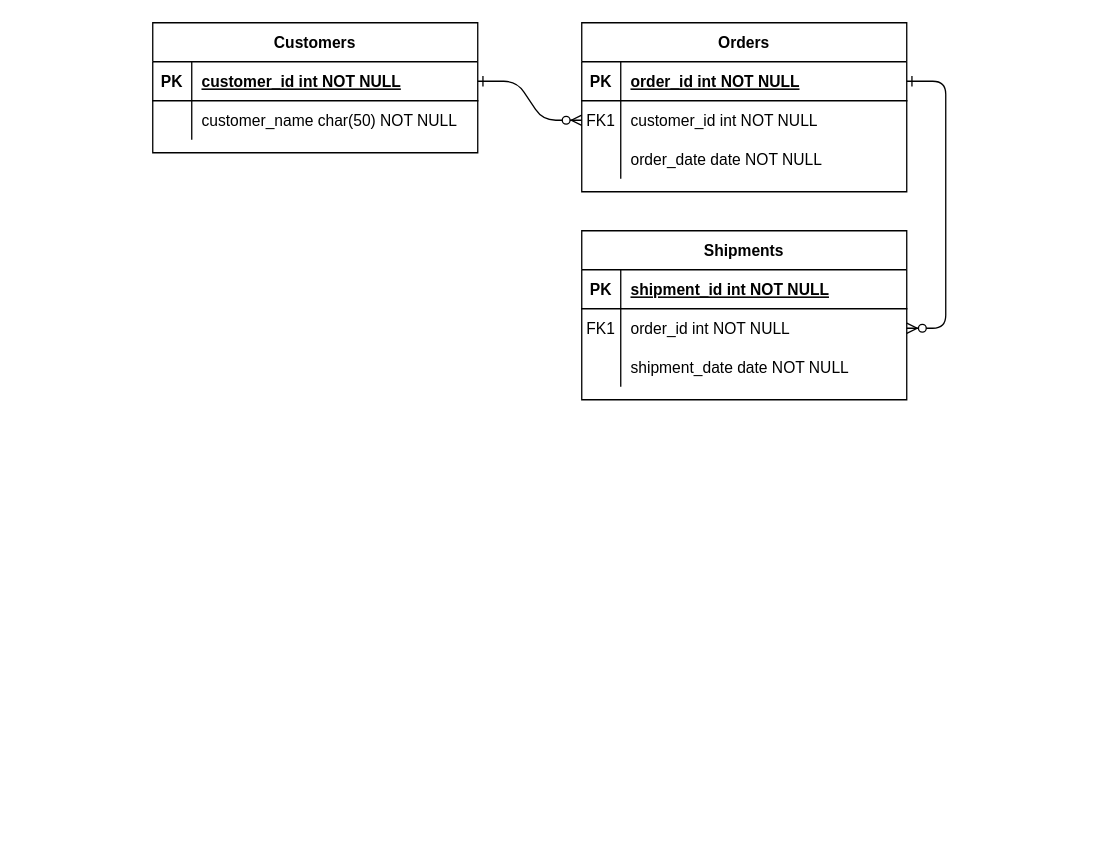
AlexAntonio29/PracticasProgramacion keeps this draw.io diagram as Diagrama ER Juego Desarrollo sustentable.drawio. Above is the earlier version. Source tidied: cells renumbered, new cells numbered last; positions are measured from the earlier drawing's top-left corner, leaving out a move shared by most shapes. Both pictures are drawn from the tidied source at 130%, with x=0, y=0 at pixel (152, 22).
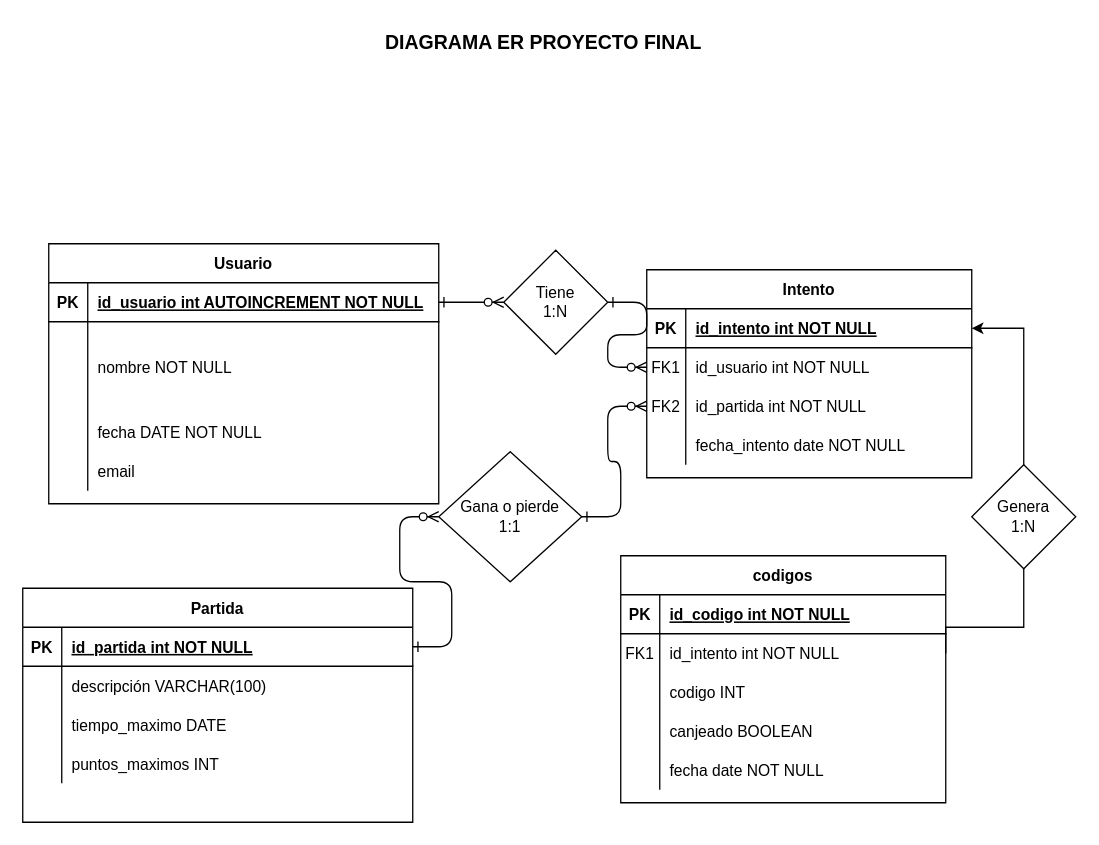
After the change.

Unchanged cells that the change refers to:
```xml
<mxCell id="5" style="shape=partialRectangle;fillColor=none;points=[[0,0.5],[1,0.5]];portConstraint=eastwest;top=0;left=0;right=0;bottom=1;" parent="4" vertex="1">
  <mxGeometry y="30" width="250" height="30" as="geometry" />
</mxCell>
<mxCell id="8" style="shape=partialRectangle;fillColor=none;points=[[0,0.5],[1,0.5]];portConstraint=eastwest;top=0;left=0;right=0;bottom=0;" parent="4" vertex="1">
  <mxGeometry y="60" width="250" height="30" as="geometry" />
</mxCell>
```

Change to the diagram source:
```diff
@@
-    <mxCell id="2" style="edgeStyle=entityRelationEdgeStyle;endArrow=ERzeroToMany;startArrow=ERone;endFill=1;startFill=0;" parent="1" edge="1" source="25" target="8">
+    <mxCell id="2" style="edgeStyle=entityRelationEdgeStyle;endArrow=ERzeroToMany;startArrow=ERone;endFill=1;startFill=0;" parent="1" edge="1" source="63" target="8">
       <mxGeometry relative="1" as="geometry" />
     </mxCell>
-    <mxCell id="3" style="edgeStyle=entityRelationEdgeStyle;endArrow=ERzeroToMany;startArrow=ERone;endFill=1;startFill=0;" parent="1" edge="1" source="5" target="18">
-      <mxGeometry relative="1" as="geometry" />
-    </mxCell>
-    <mxCell id="4" value="Orders" style="shape=table;startSize=30;childLayout=tableLayout;rowLines=0;fontStyle=1;align=center;" parent="1" vertex="1">
-      <mxGeometry x="330" width="250" height="130" as="geometry" />
+    <mxCell id="4" value="Intento" style="shape=table;startSize=30;childLayout=tableLayout;rowLines=0;fontStyle=1;align=center;" parent="1" vertex="1">
+      <mxGeometry x="380" y="190" width="250" height="160" as="geometry" />
     </mxCell>
@@
-    <mxCell id="7" value="order_id int NOT NULL " style="shape=partialRectangle;overflow=hidden;fillColor=none;top=0;left=0;bottom=0;right=0;align=left;spacingLeft=6;fontStyle=5;" parent="5" vertex="1">
+    <mxCell id="7" value="id_intento int NOT NULL " style="shape=partialRectangle;overflow=hidden;fillColor=none;top=0;left=0;bottom=0;right=0;align=left;spacingLeft=6;fontStyle=5;" parent="5" vertex="1">
       <mxGeometry x="30" width="220" height="30" as="geometry" />
     </mxCell>
@@
-    <mxCell id="10" value="customer_id int NOT NULL" style="shape=partialRectangle;overflow=hidden;fillColor=none;top=0;left=0;bottom=0;right=0;align=left;spacingLeft=6;" parent="8" vertex="1">
+    <mxCell id="10" value="id_usuario int NOT NULL" style="shape=partialRectangle;overflow=hidden;fillColor=none;top=0;left=0;bottom=0;right=0;align=left;spacingLeft=6;" parent="8" vertex="1">
       <mxGeometry x="30" width="220" height="30" as="geometry" />
     </mxCell>
+    <mxCell id="31" style="shape=partialRectangle;fillColor=none;points=[[0,0.5],[1,0.5]];portConstraint=eastwest;top=0;left=0;right=0;bottom=0;" parent="4" vertex="1">
+      <mxGeometry y="90" width="250" height="30" as="geometry" />
+    </mxCell>
+    <mxCell id="32" value="FK2" style="shape=partialRectangle;overflow=hidden;fillColor=none;top=0;left=0;bottom=0;right=0;" parent="31" vertex="1">
+      <mxGeometry width="30" height="30" as="geometry" />
+    </mxCell>
+    <mxCell id="33" value="id_partida int NOT NULL" style="shape=partialRectangle;overflow=hidden;fillColor=none;top=0;left=0;bottom=0;right=0;align=left;spacingLeft=6;" parent="31" vertex="1">
+      <mxGeometry x="30" width="220" height="30" as="geometry" />
+    </mxCell>
     <mxCell id="11" style="shape=partialRectangle;fillColor=none;top=0;left=0;right=0;bottom=0;" parent="4" vertex="1">
-      <mxGeometry y="90" width="250" height="30" as="geometry" />
+      <mxGeometry y="120" width="250" height="30" as="geometry" />
     </mxCell>
@@
-    <mxCell id="13" value="order_date date NOT NULL" style="shape=partialRectangle;overflow=hidden;fillColor=none;top=0;left=0;bottom=0;right=0;align=left;spacingLeft=6;" parent="11" vertex="1">
+    <mxCell id="13" value="fecha_intento date NOT NULL" style="shape=partialRectangle;overflow=hidden;fillColor=none;top=0;left=0;bottom=0;right=0;align=left;spacingLeft=6;" parent="11" vertex="1">
       <mxGeometry x="30" width="220" height="30" as="geometry" />
     </mxCell>
-    <mxCell id="14" value="Shipments" style="shape=table;startSize=30;childLayout=tableLayout;rowLines=0;fontStyle=1;align=center;" parent="1" vertex="1">
-      <mxGeometry x="330" y="160" width="250" height="130" as="geometry" />
+    <mxCell id="14" value="Partida" style="shape=table;startSize=30;childLayout=tableLayout;rowLines=0;fontStyle=1;align=center;" parent="1" vertex="1">
+      <mxGeometry x="-100" y="435" width="300" height="180" as="geometry" />
     </mxCell>
     <mxCell id="15" style="shape=partialRectangle;fillColor=none;points=[[0,0.5],[1,0.5]];portConstraint=eastwest;top=0;left=0;right=0;bottom=1;" parent="14" vertex="1">
-      <mxGeometry y="30" width="250" height="30" as="geometry" />
+      <mxGeometry y="30" width="300" height="30" as="geometry" />
     </mxCell>
@@
-    <mxCell id="17" value="shipment_id int NOT NULL " style="shape=partialRectangle;overflow=hidden;fillColor=none;top=0;left=0;bottom=0;right=0;align=left;spacingLeft=6;fontStyle=5;" parent="15" vertex="1">
-      <mxGeometry x="30" width="220" height="30" as="geometry" />
+    <mxCell id="17" value="id_partida int NOT NULL " style="shape=partialRectangle;overflow=hidden;fillColor=none;top=0;left=0;bottom=0;right=0;align=left;spacingLeft=6;fontStyle=5;" parent="15" vertex="1">
+      <mxGeometry x="30" width="270" height="30" as="geometry" />
     </mxCell>
     <mxCell id="18" style="shape=partialRectangle;fillColor=none;points=[[0,0.5],[1,0.5]];portConstraint=eastwest;top=0;left=0;right=0;bottom=0;" parent="14" vertex="1">
-      <mxGeometry y="60" width="250" height="30" as="geometry" />
+      <mxGeometry y="60" width="300" height="30" as="geometry" />
     </mxCell>
-    <mxCell id="19" value="FK1" style="shape=partialRectangle;overflow=hidden;fillColor=none;top=0;left=0;bottom=0;right=0;" parent="18" vertex="1">
+    <mxCell id="19" style="shape=partialRectangle;overflow=hidden;fillColor=none;top=0;left=0;bottom=0;right=0;" parent="18" vertex="1">
       <mxGeometry width="30" height="30" as="geometry" />
     </mxCell>
-    <mxCell id="20" value="order_id int NOT NULL" style="shape=partialRectangle;overflow=hidden;fillColor=none;top=0;left=0;bottom=0;right=0;align=left;spacingLeft=6;" parent="18" vertex="1">
-      <mxGeometry x="30" width="220" height="30" as="geometry" />
+    <mxCell id="20" value="descripción VARCHAR(100)" style="shape=partialRectangle;overflow=hidden;fillColor=none;top=0;left=0;bottom=0;right=0;align=left;spacingLeft=6;" parent="18" vertex="1">
+      <mxGeometry x="30" width="270" height="30" as="geometry" />
     </mxCell>
     <mxCell id="21" style="shape=partialRectangle;fillColor=none;top=0;left=0;right=0;bottom=0;" parent="14" vertex="1">
-      <mxGeometry y="90" width="250" height="30" as="geometry" />
+      <mxGeometry y="90" width="300" height="30" as="geometry" />
     </mxCell>
@@
-    <mxCell id="23" value="shipment_date date NOT NULL" style="shape=partialRectangle;overflow=hidden;fillColor=none;top=0;left=0;bottom=0;right=0;align=left;spacingLeft=6;" parent="21" vertex="1">
-      <mxGeometry x="30" width="220" height="30" as="geometry" />
+    <mxCell id="23" value="tiempo_maximo DATE" style="shape=partialRectangle;overflow=hidden;fillColor=none;top=0;left=0;bottom=0;right=0;align=left;spacingLeft=6;" parent="21" vertex="1">
+      <mxGeometry x="30" width="270" height="30" as="geometry" />
     </mxCell>
+    <mxCell id="34" style="shape=partialRectangle;fillColor=none;top=0;left=0;right=0;bottom=0;" parent="14" vertex="1">
+      <mxGeometry y="120" width="300" height="30" as="geometry" />
+    </mxCell>
+    <mxCell id="35" style="shape=partialRectangle;overflow=hidden;fillColor=none;top=0;left=0;bottom=0;right=0;" parent="34" vertex="1">
+      <mxGeometry width="30" height="30" as="geometry" />
+    </mxCell>
+    <mxCell id="36" value="puntos_maximos INT" style="shape=partialRectangle;overflow=hidden;fillColor=none;top=0;left=0;bottom=0;right=0;align=left;spacingLeft=6;" parent="34" vertex="1">
+      <mxGeometry x="30" width="270" height="30" as="geometry" />
+    </mxCell>
-    <mxCell id="24" value="Customers" style="shape=table;startSize=30;childLayout=tableLayout;rowLines=0;fontStyle=1;align=center;" parent="1" vertex="1">
-      <mxGeometry width="250" height="100" as="geometry" />
+    <mxCell id="24" value="Usuario" style="shape=table;startSize=30;childLayout=tableLayout;rowLines=0;fontStyle=1;align=center;" parent="1" vertex="1">
+      <mxGeometry x="-80" y="170" width="300" height="200" as="geometry" />
     </mxCell>
     <mxCell id="25" style="shape=partialRectangle;fillColor=none;points=[[0,0.5],[1,0.5]];portConstraint=eastwest;top=0;left=0;right=0;bottom=1;" parent="24" vertex="1">
-      <mxGeometry y="30" width="250" height="30" as="geometry" />
+      <mxGeometry y="30" width="300" height="30" as="geometry" />
     </mxCell>
@@
-    <mxCell id="27" value="customer_id int NOT NULL " style="shape=partialRectangle;overflow=hidden;fillColor=none;top=0;left=0;bottom=0;right=0;align=left;spacingLeft=6;fontStyle=5;" parent="25" vertex="1">
-      <mxGeometry x="30" width="220" height="30" as="geometry" />
+    <mxCell id="27" value="id_usuario int AUTOINCREMENT NOT NULL " style="shape=partialRectangle;overflow=hidden;fillColor=none;top=0;left=0;bottom=0;right=0;align=left;spacingLeft=6;fontStyle=5;" parent="25" vertex="1">
+      <mxGeometry x="30" width="270" height="30" as="geometry" />
     </mxCell>
     <mxCell id="28" style="shape=partialRectangle;fillColor=none;top=0;left=0;right=0;bottom=0;" parent="24" vertex="1">
-      <mxGeometry y="60" width="250" height="30" as="geometry" />
+      <mxGeometry y="60" width="300" height="70" as="geometry" />
     </mxCell>
     <mxCell id="29" style="shape=partialRectangle;overflow=hidden;fillColor=none;top=0;left=0;bottom=0;right=0;" parent="28" vertex="1">
-      <mxGeometry width="30" height="30" as="geometry" />
+      <mxGeometry width="30" height="70" as="geometry" />
     </mxCell>
-    <mxCell id="30" value="customer_name char(50) NOT NULL" style="shape=partialRectangle;overflow=hidden;fillColor=none;top=0;left=0;bottom=0;right=0;align=left;spacingLeft=6;" parent="28" vertex="1">
-      <mxGeometry x="30" width="220" height="30" as="geometry" />
+    <mxCell id="30" value="nombre NOT NULL" style="shape=partialRectangle;overflow=hidden;fillColor=none;top=0;left=0;bottom=0;right=0;align=left;spacingLeft=6;" parent="28" vertex="1">
+      <mxGeometry x="30" width="270" height="70" as="geometry" />
     </mxCell>
+    <mxCell id="37" style="shape=partialRectangle;fillColor=none;top=0;left=0;right=0;bottom=0;" parent="24" vertex="1">
+      <mxGeometry y="130" width="300" height="30" as="geometry" />
+    </mxCell>
+    <mxCell id="38" style="shape=partialRectangle;overflow=hidden;fillColor=none;top=0;left=0;bottom=0;right=0;" parent="37" vertex="1">
+      <mxGeometry width="30" height="30" as="geometry" />
+    </mxCell>
+    <mxCell id="39" value="fecha DATE NOT NULL" style="shape=partialRectangle;overflow=hidden;fillColor=none;top=0;left=0;bottom=0;right=0;align=left;spacingLeft=6;" parent="37" vertex="1">
+      <mxGeometry x="30" width="270" height="30" as="geometry" />
+    </mxCell>
+    <mxCell id="40" style="shape=partialRectangle;fillColor=none;top=0;left=0;right=0;bottom=0;" parent="24" vertex="1">
+      <mxGeometry y="160" width="300" height="30" as="geometry" />
+    </mxCell>
+    <mxCell id="41" style="shape=partialRectangle;overflow=hidden;fillColor=none;top=0;left=0;bottom=0;right=0;" parent="40" vertex="1">
+      <mxGeometry width="30" height="30" as="geometry" />
+    </mxCell>
+    <mxCell id="42" value="email " style="shape=partialRectangle;overflow=hidden;fillColor=none;top=0;left=0;bottom=0;right=0;align=left;spacingLeft=6;" parent="40" vertex="1">
+      <mxGeometry x="30" width="270" height="30" as="geometry" />
+    </mxCell>
+    <mxCell id="3" style="edgeStyle=entityRelationEdgeStyle;endArrow=ERzeroToMany;startArrow=ERone;endFill=1;startFill=0;entryX=0;entryY=0.5;entryDx=0;entryDy=0;exitX=1;exitY=0.5;exitDx=0;exitDy=0;" parent="1" edge="1" source="61" target="31">
+      <mxGeometry relative="1" as="geometry" />
+    </mxCell>
+    <mxCell id="43" value="codigos" style="shape=table;startSize=30;childLayout=tableLayout;rowLines=0;fontStyle=1;align=center;" parent="1" vertex="1">
+      <mxGeometry x="360" y="410" width="250" height="190" as="geometry" />
+    </mxCell>
+    <mxCell id="44" style="shape=partialRectangle;fillColor=none;top=0;left=0;right=0;bottom=1;" parent="43" vertex="1">
+      <mxGeometry y="30" width="250" height="30" as="geometry" />
+    </mxCell>
+    <mxCell id="45" value="PK" style="shape=partialRectangle;overflow=hidden;fillColor=none;top=0;left=0;bottom=0;right=0;fontStyle=1;" parent="44" vertex="1">
+      <mxGeometry width="30" height="30" as="geometry" />
+    </mxCell>
+    <mxCell id="46" value="id_codigo int NOT NULL " style="shape=partialRectangle;overflow=hidden;fillColor=none;top=0;left=0;bottom=0;right=0;align=left;spacingLeft=6;fontStyle=5;" parent="44" vertex="1">
+      <mxGeometry x="30" width="220" height="30" as="geometry" />
+    </mxCell>
+    <mxCell id="47" style="shape=partialRectangle;fillColor=none;points=[[0,0.5],[1,0.5]];portConstraint=eastwest;top=0;left=0;right=0;bottom=0;" parent="43" vertex="1">
+      <mxGeometry y="60" width="250" height="30" as="geometry" />
+    </mxCell>
+    <mxCell id="48" value="FK1" style="shape=partialRectangle;overflow=hidden;fillColor=none;top=0;left=0;bottom=0;right=0;" parent="47" vertex="1">
+      <mxGeometry width="30" height="30" as="geometry" />
+    </mxCell>
+    <mxCell id="49" value="id_intento int NOT NULL" style="shape=partialRectangle;overflow=hidden;fillColor=none;top=0;left=0;bottom=0;right=0;align=left;spacingLeft=6;" parent="47" vertex="1">
+      <mxGeometry x="30" width="220" height="30" as="geometry" />
+    </mxCell>
+    <mxCell id="50" style="shape=partialRectangle;fillColor=none;top=0;left=0;right=0;bottom=0;" parent="43" vertex="1">
+      <mxGeometry y="90" width="250" height="30" as="geometry" />
+    </mxCell>
+    <mxCell id="51" style="shape=partialRectangle;overflow=hidden;fillColor=none;top=0;left=0;bottom=0;right=0;" parent="50" vertex="1">
+      <mxGeometry width="30" height="30" as="geometry" />
+    </mxCell>
+    <mxCell id="52" value="codigo INT" style="shape=partialRectangle;overflow=hidden;fillColor=none;top=0;left=0;bottom=0;right=0;align=left;spacingLeft=6;" parent="50" vertex="1">
+      <mxGeometry x="30" width="220" height="30" as="geometry" />
+    </mxCell>
+    <mxCell id="53" style="shape=partialRectangle;fillColor=none;top=0;left=0;right=0;bottom=0;" parent="43" vertex="1">
+      <mxGeometry y="120" width="250" height="30" as="geometry" />
+    </mxCell>
+    <mxCell id="54" style="shape=partialRectangle;overflow=hidden;fillColor=none;top=0;left=0;bottom=0;right=0;" parent="53" vertex="1">
+      <mxGeometry width="30" height="30" as="geometry" />
+    </mxCell>
+    <mxCell id="55" value="canjeado BOOLEAN" style="shape=partialRectangle;overflow=hidden;fillColor=none;top=0;left=0;bottom=0;right=0;align=left;spacingLeft=6;" parent="53" vertex="1">
+      <mxGeometry x="30" width="220" height="30" as="geometry" />
+    </mxCell>
+    <mxCell id="56" style="shape=partialRectangle;fillColor=none;top=0;left=0;right=0;bottom=0;" parent="43" vertex="1">
+      <mxGeometry y="150" width="250" height="30" as="geometry" />
+    </mxCell>
+    <mxCell id="57" style="shape=partialRectangle;overflow=hidden;fillColor=none;top=0;left=0;bottom=0;right=0;" parent="56" vertex="1">
+      <mxGeometry width="30" height="30" as="geometry" />
+    </mxCell>
+    <mxCell id="58" value="fecha date NOT NULL" style="shape=partialRectangle;overflow=hidden;fillColor=none;top=0;left=0;bottom=0;right=0;align=left;spacingLeft=6;" parent="56" vertex="1">
+      <mxGeometry x="30" width="220" height="30" as="geometry" />
+    </mxCell>
+    <mxCell id="59" style="edgeStyle=orthogonalEdgeStyle;rounded=0;jettySize=auto;html=1;exitX=1;exitY=0.5;exitDx=0;exitDy=0;entryX=1;entryY=0.5;entryDx=0;entryDy=0;" parent="1" edge="1" source="47" target="5">
+      <mxGeometry relative="1" as="geometry">
+        <Array as="points">
+          <mxPoint x="610" y="465" />
+          <mxPoint x="670" y="465" />
+          <mxPoint x="670" y="235" />
+        </Array>
+      </mxGeometry>
+    </mxCell>
+    <mxCell id="60" style="edgeStyle=entityRelationEdgeStyle;endArrow=ERzeroToMany;startArrow=ERone;endFill=1;startFill=0;entryX=0;entryY=0.5;entryDx=0;entryDy=0;exitX=1;exitY=0.5;exitDx=0;exitDy=0;" parent="1" edge="1" source="15" target="61">
+      <mxGeometry relative="1" as="geometry" />
+    </mxCell>
+    <mxCell id="61" value="Gana o pierde&lt;div&gt;1:1&lt;/div&gt;" style="rhombus;whiteSpace=wrap;html=1;" parent="1" vertex="1">
+      <mxGeometry x="220" y="330" width="110" height="100" as="geometry" />
+    </mxCell>
+    <mxCell id="62" style="edgeStyle=entityRelationEdgeStyle;endArrow=ERzeroToMany;startArrow=ERone;endFill=1;startFill=0;" parent="1" edge="1" source="25" target="63">
+      <mxGeometry relative="1" as="geometry" />
+    </mxCell>
+    <mxCell id="63" value="Tiene&lt;div&gt;1:N&lt;/div&gt;" style="rhombus;whiteSpace=wrap;html=1;" parent="1" vertex="1">
+      <mxGeometry x="270" y="175" width="80" height="80" as="geometry" />
+    </mxCell>
+    <mxCell id="64" value="Genera&lt;div&gt;1:N&lt;/div&gt;" style="rhombus;whiteSpace=wrap;html=1;" parent="1" vertex="1">
+      <mxGeometry x="630" y="340" width="80" height="80" as="geometry" />
+    </mxCell>
+    <mxCell id="65" value="&lt;font style=&quot;font-size: 15px;&quot;&gt;&lt;b&gt;DIAGRAMA ER PROYECTO FINAL&amp;nbsp;&amp;nbsp;&lt;/b&gt;&lt;/font&gt;" style="text;strokeColor=none;align=center;fillColor=none;html=1;verticalAlign=middle;whiteSpace=wrap;rounded=0;" parent="1" vertex="1">
+      <mxGeometry x="140" width="330" height="30" as="geometry" />
+    </mxCell>
```
